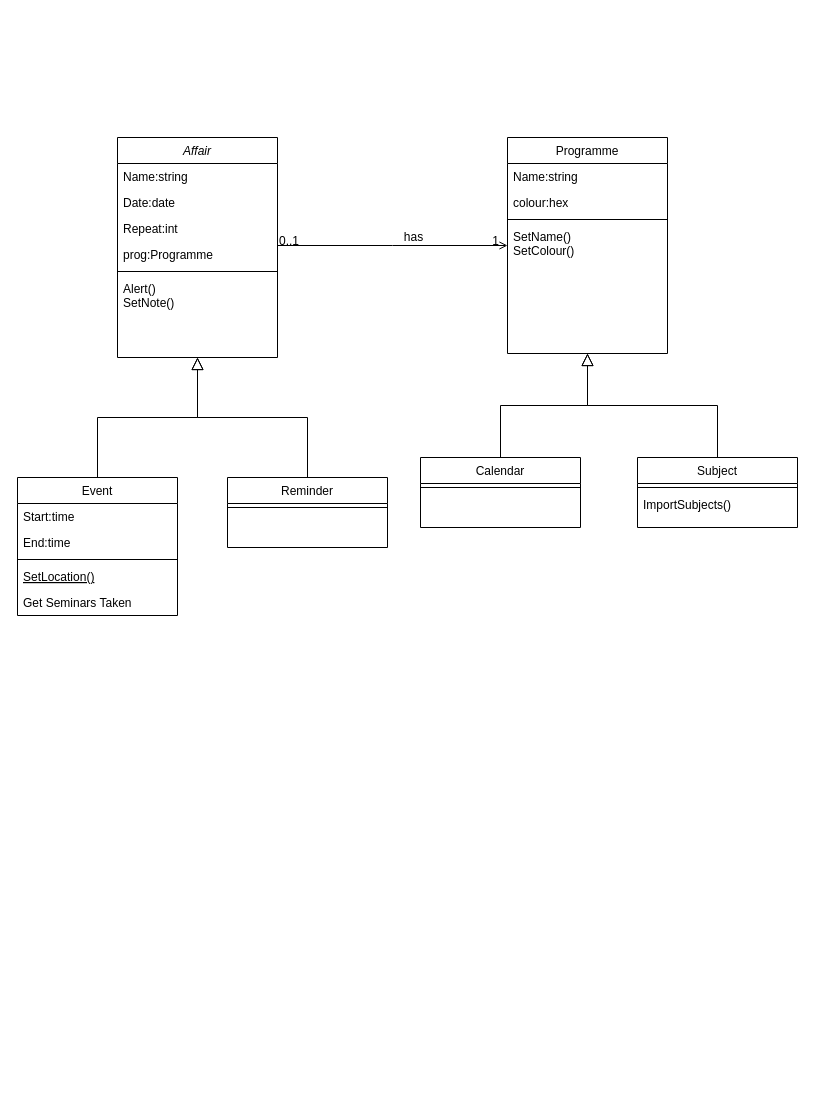
LDwhoRU/DAYLY keeps this draw.io diagram as resources/class_diagram.drawio. Above is the earlier version. Source tidied: cells renumbered, new cells numbered last; positions are measured from the earlier drawing's top-left corner, leaving out a move shared by most shapes. Both pictures are drawn from the tidied source at 100%, with x=0, y=0 at pixel (17, 137).
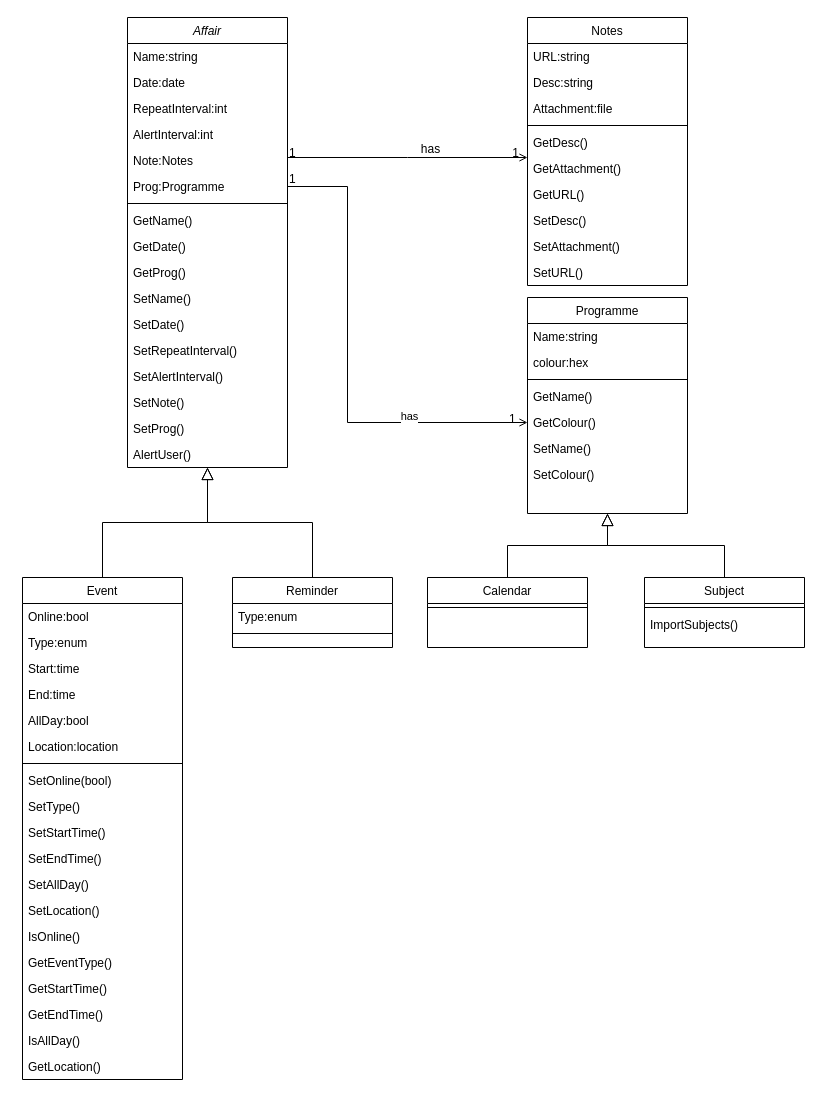
After the change.

What changed in the source:
```diff
@@
-    <mxCell id="4" style="endArrow=open;shadow=0;strokeWidth=1;rounded=0;endFill=1;edgeStyle=elbowEdgeStyle;elbow=vertical;" parent="1" edge="1" source="9" target="16">
-      <mxGeometry x="0.5" y="41" relative="1" as="geometry">
-        <mxPoint x="-40" y="32" as="offset" />
-      </mxGeometry>
-    </mxCell>
-    <mxCell id="5" value="0..1" style="align=left;verticalAlign=bottom;labelBackgroundColor=none;fontSize=12;" parent="4" vertex="1">
-      <mxGeometry x="-1" relative="1" as="geometry">
-        <mxPoint y="4" as="offset" />
-      </mxGeometry>
-    </mxCell>
-    <mxCell id="6" value="1" style="align=right;verticalAlign=bottom;labelBackgroundColor=none;fontSize=12;" parent="4" vertex="1">
-      <mxGeometry x="1" relative="1" as="geometry">
-        <mxPoint x="-7" y="4" as="offset" />
-      </mxGeometry>
-    </mxCell>
-    <mxCell id="7" value="has" style="text;html=1;align=center;verticalAlign=middle;labelBackgroundColor=none;rounded=0;shadow=0;strokeWidth=1;fontSize=12;" parent="4" vertex="1">
-      <mxGeometry x="0.5" y="49" relative="1" as="geometry">
-        <mxPoint x="-38" y="40" as="offset" />
-      </mxGeometry>
-    </mxCell>
@@
-    <mxCell id="9" value="Affair" style="swimlane;fontStyle=2;align=center;verticalAlign=top;horizontal=1;startSize=26;rounded=0;shadow=0;strokeWidth=1;" parent="1" vertex="1">
-      <mxGeometry x="100" width="160" height="220" as="geometry" />
-    </mxCell>
-    <mxCell id="10" value="Name:string" style="text;align=left;verticalAlign=top;spacingLeft=4;spacingRight=4;overflow=hidden;" parent="9" vertex="1">
-      <mxGeometry y="26" width="160" height="26" as="geometry" />
-    </mxCell>
-    <mxCell id="11" value="Date:date" style="text;align=left;verticalAlign=top;spacingLeft=4;spacingRight=4;overflow=hidden;rounded=0;shadow=0;html=0;" parent="9" vertex="1">
-      <mxGeometry y="52" width="160" height="26" as="geometry" />
-    </mxCell>
-    <mxCell id="12" value="Repeat:int" style="text;align=left;verticalAlign=top;spacingLeft=4;spacingRight=4;overflow=hidden;rounded=0;shadow=0;html=0;" parent="9" vertex="1">
-      <mxGeometry y="78" width="160" height="26" as="geometry" />
-    </mxCell>
-    <mxCell id="13" value="prog:Programme" style="text;align=left;verticalAlign=top;spacingLeft=4;spacingRight=4;overflow=hidden;points=[[0,0.5],[1,0.5]];portConstraint=eastwest;rounded=0;shadow=0;html=0;" parent="9" vertex="1">
-      <mxGeometry y="104" width="160" height="26" as="geometry" />
-    </mxCell>
-    <mxCell id="14" style="line;html=1;strokeWidth=1;align=left;verticalAlign=middle;spacingTop=-1;spacingLeft=3;spacingRight=3;labelPosition=right;" parent="9" vertex="1">
-      <mxGeometry y="130" width="160" height="8" as="geometry" />
-    </mxCell>
-    <mxCell id="15" value="Alert()&#10;SetNote()" style="text;align=left;verticalAlign=top;spacingLeft=4;spacingRight=4;overflow=hidden;" parent="9" vertex="1">
-      <mxGeometry y="138" width="160" height="82" as="geometry" />
-    </mxCell>
+    <mxCell id="26" style="endArrow=block;endSize=10;endFill=0;shadow=0;strokeWidth=1;rounded=0;edgeStyle=elbowEdgeStyle;elbow=vertical;exitX=0.5;exitY=0;exitDx=0;exitDy=0;entryX=0.5;entryY=1;entryDx=0;entryDy=0;" parent="1" edge="1" source="24" target="16">
+      <mxGeometry relative="1" as="geometry" />
+    </mxCell>
     <mxCell id="16" value="Programme" style="swimlane;fontStyle=0;align=center;verticalAlign=top;horizontal=1;startSize=26;rounded=0;shadow=0;strokeWidth=1;" parent="1" vertex="1">
-      <mxGeometry x="490" width="160" height="216" as="geometry" />
+      <mxGeometry x="510" y="160" width="160" height="216" as="geometry" />
     </mxCell>
@@
-    <mxCell id="20" value="SetName()&#10;SetColour()" style="text;align=left;verticalAlign=top;spacingLeft=4;spacingRight=4;overflow=hidden;" parent="16" vertex="1">
-      <mxGeometry y="86" width="160" height="44" as="geometry" />
-    </mxCell>
+    <mxCell id="35" value="GetName()" style="text;align=left;verticalAlign=top;spacingLeft=4;spacingRight=4;overflow=hidden;fontStyle=0;" parent="16" vertex="1">
+      <mxGeometry y="86" width="160" height="26" as="geometry" />
+    </mxCell>
+    <mxCell id="36" value="GetColour()" style="text;align=left;verticalAlign=top;spacingLeft=4;spacingRight=4;overflow=hidden;points=[[0,0.5],[1,0.5]];portConstraint=eastwest;fontStyle=0;" parent="16" vertex="1">
+      <mxGeometry y="112" width="160" height="26" as="geometry" />
+    </mxCell>
+    <mxCell id="37" value="SetName()" style="text;align=left;verticalAlign=top;spacingLeft=4;spacingRight=4;overflow=hidden;fontStyle=0;" parent="16" vertex="1">
+      <mxGeometry y="138" width="160" height="26" as="geometry" />
+    </mxCell>
+    <mxCell id="38" value="SetColour()" style="text;align=left;verticalAlign=top;spacingLeft=4;spacingRight=4;overflow=hidden;fontStyle=0;" parent="16" vertex="1">
+      <mxGeometry y="164" width="160" height="26" as="geometry" />
+    </mxCell>
     <mxCell id="21" value="Subject" style="swimlane;fontStyle=0;align=center;verticalAlign=top;horizontal=1;startSize=26;rounded=0;shadow=0;strokeWidth=1;" parent="1" vertex="1">
-      <mxGeometry x="620" y="320" width="160" height="70" as="geometry" />
+      <mxGeometry x="627" y="440" width="160" height="70" as="geometry" />
     </mxCell>
@@
     <mxCell id="24" value="Calendar" style="swimlane;fontStyle=0;align=center;verticalAlign=top;horizontal=1;startSize=26;rounded=0;shadow=0;strokeWidth=1;" parent="1" vertex="1">
-      <mxGeometry x="403" y="320" width="160" height="70" as="geometry" />
+      <mxGeometry x="410" y="440" width="160" height="70" as="geometry" />
     </mxCell>
@@
-    <mxCell id="26" style="endArrow=block;endSize=10;endFill=0;shadow=0;strokeWidth=1;rounded=0;edgeStyle=elbowEdgeStyle;elbow=vertical;exitX=0.5;exitY=0;exitDx=0;exitDy=0;entryX=0.5;entryY=1;entryDx=0;entryDy=0;" parent="1" edge="1" source="24" target="16">
-      <mxGeometry relative="1" as="geometry" />
-    </mxCell>
+    <mxCell id="39" value="Notes" style="swimlane;fontStyle=0;align=center;verticalAlign=top;horizontal=1;startSize=26;rounded=0;shadow=0;strokeWidth=1;" parent="1" vertex="1">
+      <mxGeometry x="510" y="-120" width="160" height="268" as="geometry" />
+    </mxCell>
+    <mxCell id="40" value="URL:string" style="text;align=left;verticalAlign=top;spacingLeft=4;spacingRight=4;overflow=hidden;" parent="39" vertex="1">
+      <mxGeometry y="26" width="160" height="26" as="geometry" />
+    </mxCell>
+    <mxCell id="41" value="Desc:string" style="text;align=left;verticalAlign=top;spacingLeft=4;spacingRight=4;overflow=hidden;rounded=0;shadow=0;html=0;" parent="39" vertex="1">
+      <mxGeometry y="52" width="160" height="26" as="geometry" />
+    </mxCell>
+    <mxCell id="42" value="Attachment:file" style="text;align=left;verticalAlign=top;spacingLeft=4;spacingRight=4;overflow=hidden;rounded=0;shadow=0;html=0;" parent="39" vertex="1">
+      <mxGeometry y="78" width="160" height="26" as="geometry" />
+    </mxCell>
+    <mxCell id="43" style="line;html=1;strokeWidth=1;align=left;verticalAlign=middle;spacingTop=-1;spacingLeft=3;spacingRight=3;labelPosition=right;" parent="39" vertex="1">
+      <mxGeometry y="104" width="160" height="8" as="geometry" />
+    </mxCell>
+    <mxCell id="44" value="GetDesc()" style="text;align=left;verticalAlign=top;spacingLeft=4;spacingRight=4;overflow=hidden;fontStyle=0;" parent="39" vertex="1">
+      <mxGeometry y="112" width="160" height="26" as="geometry" />
+    </mxCell>
+    <mxCell id="45" value="GetAttachment()" style="text;align=left;verticalAlign=top;spacingLeft=4;spacingRight=4;overflow=hidden;fontStyle=0;" parent="39" vertex="1">
+      <mxGeometry y="138" width="160" height="26" as="geometry" />
+    </mxCell>
+    <mxCell id="46" value="GetURL()" style="text;align=left;verticalAlign=top;spacingLeft=4;spacingRight=4;overflow=hidden;fontStyle=0;" parent="39" vertex="1">
+      <mxGeometry y="164" width="160" height="26" as="geometry" />
+    </mxCell>
+    <mxCell id="47" value="SetDesc()" style="text;align=left;verticalAlign=top;spacingLeft=4;spacingRight=4;overflow=hidden;fontStyle=0;" parent="39" vertex="1">
+      <mxGeometry y="190" width="160" height="26" as="geometry" />
+    </mxCell>
+    <mxCell id="48" value="SetAttachment()" style="text;align=left;verticalAlign=top;spacingLeft=4;spacingRight=4;overflow=hidden;fontStyle=0;" parent="39" vertex="1">
+      <mxGeometry y="216" width="160" height="26" as="geometry" />
+    </mxCell>
+    <mxCell id="49" value="SetURL()" style="text;align=left;verticalAlign=top;spacingLeft=4;spacingRight=4;overflow=hidden;fontStyle=0;" parent="39" vertex="1">
+      <mxGeometry y="242" width="160" height="26" as="geometry" />
+    </mxCell>
+    <mxCell id="9" value="Affair" style="swimlane;fontStyle=2;align=center;verticalAlign=top;horizontal=1;startSize=26;rounded=0;shadow=0;strokeWidth=1;" parent="1" vertex="1">
+      <mxGeometry x="110" y="-120" width="160" height="450" as="geometry" />
+    </mxCell>
+    <mxCell id="10" value="Name:string" style="text;align=left;verticalAlign=top;spacingLeft=4;spacingRight=4;overflow=hidden;" parent="9" vertex="1">
+      <mxGeometry y="26" width="160" height="26" as="geometry" />
+    </mxCell>
+    <mxCell id="11" value="Date:date" style="text;align=left;verticalAlign=top;spacingLeft=4;spacingRight=4;overflow=hidden;rounded=0;shadow=0;html=0;" parent="9" vertex="1">
+      <mxGeometry y="52" width="160" height="26" as="geometry" />
+    </mxCell>
+    <mxCell id="12" value="RepeatInterval:int" style="text;align=left;verticalAlign=top;spacingLeft=4;spacingRight=4;overflow=hidden;rounded=0;shadow=0;html=0;" parent="9" vertex="1">
+      <mxGeometry y="78" width="160" height="26" as="geometry" />
+    </mxCell>
+    <mxCell id="50" value="AlertInterval:int" style="text;align=left;verticalAlign=top;spacingLeft=4;spacingRight=4;overflow=hidden;rounded=0;shadow=0;html=0;" parent="9" vertex="1">
+      <mxGeometry y="104" width="160" height="26" as="geometry" />
+    </mxCell>
+    <mxCell id="51" value="Note:Notes" style="text;align=left;verticalAlign=top;spacingLeft=4;spacingRight=4;overflow=hidden;rounded=0;shadow=0;html=0;" parent="9" vertex="1">
+      <mxGeometry y="130" width="160" height="26" as="geometry" />
+    </mxCell>
+    <mxCell id="13" value="Prog:Programme" style="text;align=left;verticalAlign=top;spacingLeft=4;spacingRight=4;overflow=hidden;points=[[0,0.5],[1,0.5]];portConstraint=eastwest;rounded=0;shadow=0;html=0;" parent="9" vertex="1">
+      <mxGeometry y="156" width="160" height="26" as="geometry" />
+    </mxCell>
+    <mxCell id="14" style="line;html=1;strokeWidth=1;align=left;verticalAlign=middle;spacingTop=-1;spacingLeft=3;spacingRight=3;labelPosition=right;" parent="9" vertex="1">
+      <mxGeometry y="182" width="160" height="8" as="geometry" />
+    </mxCell>
+    <mxCell id="52" value="GetName()" style="text;align=left;verticalAlign=top;spacingLeft=4;spacingRight=4;overflow=hidden;fontStyle=0;" parent="9" vertex="1">
+      <mxGeometry y="190" width="160" height="26" as="geometry" />
+    </mxCell>
+    <mxCell id="53" value="GetDate()" style="text;align=left;verticalAlign=top;spacingLeft=4;spacingRight=4;overflow=hidden;fontStyle=0;" parent="9" vertex="1">
+      <mxGeometry y="216" width="160" height="26" as="geometry" />
+    </mxCell>
+    <mxCell id="54" value="GetProg()" style="text;align=left;verticalAlign=top;spacingLeft=4;spacingRight=4;overflow=hidden;fontStyle=0;" parent="9" vertex="1">
+      <mxGeometry y="242" width="160" height="26" as="geometry" />
+    </mxCell>
+    <mxCell id="55" value="SetName()" style="text;align=left;verticalAlign=top;spacingLeft=4;spacingRight=4;overflow=hidden;fontStyle=0;" parent="9" vertex="1">
+      <mxGeometry y="268" width="160" height="26" as="geometry" />
+    </mxCell>
+    <mxCell id="56" value="SetDate()" style="text;align=left;verticalAlign=top;spacingLeft=4;spacingRight=4;overflow=hidden;fontStyle=0;" parent="9" vertex="1">
+      <mxGeometry y="294" width="160" height="26" as="geometry" />
+    </mxCell>
+    <mxCell id="57" value="SetRepeatInterval()" style="text;align=left;verticalAlign=top;spacingLeft=4;spacingRight=4;overflow=hidden;fontStyle=0;" parent="9" vertex="1">
+      <mxGeometry y="320" width="160" height="26" as="geometry" />
+    </mxCell>
+    <mxCell id="58" value="SetAlertInterval()" style="text;align=left;verticalAlign=top;spacingLeft=4;spacingRight=4;overflow=hidden;fontStyle=0;" parent="9" vertex="1">
+      <mxGeometry y="346" width="160" height="26" as="geometry" />
+    </mxCell>
+    <mxCell id="59" value="SetNote()" style="text;align=left;verticalAlign=top;spacingLeft=4;spacingRight=4;overflow=hidden;fontStyle=0;" parent="9" vertex="1">
+      <mxGeometry y="372" width="160" height="26" as="geometry" />
+    </mxCell>
+    <mxCell id="60" value="SetProg()" style="text;align=left;verticalAlign=top;spacingLeft=4;spacingRight=4;overflow=hidden;fontStyle=0;" parent="9" vertex="1">
+      <mxGeometry y="398" width="160" height="26" as="geometry" />
+    </mxCell>
+    <mxCell id="61" value="AlertUser()" style="text;align=left;verticalAlign=top;spacingLeft=4;spacingRight=4;overflow=hidden;fontStyle=0;" parent="9" vertex="1">
+      <mxGeometry y="424" width="160" height="26" as="geometry" />
+    </mxCell>
+    <mxCell id="62" style="endArrow=open;shadow=0;strokeWidth=1;rounded=0;endFill=1;edgeStyle=elbowEdgeStyle;elbow=vertical;" parent="1" edge="1">
+      <mxGeometry x="0.5" y="41" relative="1" as="geometry">
+        <mxPoint x="270" y="20" as="sourcePoint" />
+        <mxPoint x="510" y="20" as="targetPoint" />
+        <mxPoint x="-40" y="32" as="offset" />
+      </mxGeometry>
+    </mxCell>
+    <mxCell id="63" value="1" style="align=left;verticalAlign=bottom;labelBackgroundColor=none;fontSize=12;" parent="62" vertex="1">
+      <mxGeometry x="-1" relative="1" as="geometry">
+        <mxPoint y="4" as="offset" />
+      </mxGeometry>
+    </mxCell>
+    <mxCell id="6" value="1" style="align=right;verticalAlign=bottom;labelBackgroundColor=none;fontSize=12;" parent="62" vertex="1">
+      <mxGeometry x="1" relative="1" as="geometry">
+        <mxPoint x="-7" y="4" as="offset" />
+      </mxGeometry>
+    </mxCell>
+    <mxCell id="7" value="has" style="text;html=1;align=center;verticalAlign=middle;labelBackgroundColor=none;rounded=0;shadow=0;strokeWidth=1;fontSize=12;" parent="62" vertex="1">
+      <mxGeometry x="0.5" y="49" relative="1" as="geometry">
+        <mxPoint x="-38" y="40" as="offset" />
+      </mxGeometry>
+    </mxCell>
+    <mxCell id="64" style="edgeStyle=orthogonalEdgeStyle;rounded=0;jettySize=auto;html=1;exitX=1;exitY=0.5;exitDx=0;exitDy=0;entryX=0;entryY=0.5;entryDx=0;entryDy=0;endArrow=open;endFill=0;" parent="1" edge="1" source="13" target="36">
+      <mxGeometry relative="1" as="geometry">
+        <Array as="points">
+          <mxPoint x="330" y="49" />
+          <mxPoint x="330" y="285" />
+        </Array>
+      </mxGeometry>
+    </mxCell>
+    <mxCell id="65" value="has" style="edgeLabel;html=1;align=center;verticalAlign=middle;" parent="64" vertex="1">
+      <mxGeometry x="0.5" y="3" relative="1" as="geometry">
+        <mxPoint y="-4" as="offset" />
+      </mxGeometry>
+    </mxCell>
+    <mxCell id="66" value="1" style="align=left;verticalAlign=bottom;labelBackgroundColor=none;fontSize=12;" parent="1" vertex="1">
+      <mxGeometry x="270" y="50" as="geometry" />
+    </mxCell>
+    <mxCell id="67" value="1" style="align=left;verticalAlign=bottom;labelBackgroundColor=none;fontSize=12;" parent="1" vertex="1">
+      <mxGeometry x="490" y="290" as="geometry" />
+    </mxCell>
     <mxCell id="27" value="Event" style="swimlane;fontStyle=0;align=center;verticalAlign=top;horizontal=1;startSize=26;rounded=0;shadow=0;strokeWidth=1;" parent="1" vertex="1">
-      <mxGeometry y="340" width="160" height="138" as="geometry" />
+      <mxGeometry x="5" y="440" width="160" height="502" as="geometry" />
     </mxCell>
+    <mxCell id="68" value="Online:bool" style="text;align=left;verticalAlign=top;spacingLeft=4;spacingRight=4;overflow=hidden;rounded=0;shadow=0;html=0;" parent="27" vertex="1">
+      <mxGeometry y="26" width="160" height="26" as="geometry" />
+    </mxCell>
+    <mxCell id="69" value="Type:enum" style="text;align=left;verticalAlign=top;spacingLeft=4;spacingRight=4;overflow=hidden;rounded=0;shadow=0;html=0;" parent="27" vertex="1">
+      <mxGeometry y="52" width="160" height="26" as="geometry" />
+    </mxCell>
     <mxCell id="28" value="Start:time" style="text;align=left;verticalAlign=top;spacingLeft=4;spacingRight=4;overflow=hidden;" parent="27" vertex="1">
-      <mxGeometry y="26" width="160" height="26" as="geometry" />
+      <mxGeometry y="78" width="160" height="26" as="geometry" />
     </mxCell>
     <mxCell id="29" value="End:time" style="text;align=left;verticalAlign=top;spacingLeft=4;spacingRight=4;overflow=hidden;rounded=0;shadow=0;html=0;" parent="27" vertex="1">
-      <mxGeometry y="52" width="160" height="26" as="geometry" />
+      <mxGeometry y="104" width="160" height="26" as="geometry" />
     </mxCell>
+    <mxCell id="70" value="AllDay:bool" style="text;align=left;verticalAlign=top;spacingLeft=4;spacingRight=4;overflow=hidden;rounded=0;shadow=0;html=0;" parent="27" vertex="1">
+      <mxGeometry y="130" width="160" height="26" as="geometry" />
+    </mxCell>
+    <mxCell id="71" value="Location:location" style="text;align=left;verticalAlign=top;spacingLeft=4;spacingRight=4;overflow=hidden;rounded=0;shadow=0;html=0;" parent="27" vertex="1">
+      <mxGeometry y="156" width="160" height="26" as="geometry" />
+    </mxCell>
     <mxCell id="30" style="line;html=1;strokeWidth=1;align=left;verticalAlign=middle;spacingTop=-1;spacingLeft=3;spacingRight=3;labelPosition=right;" parent="27" vertex="1">
-      <mxGeometry y="78" width="160" height="8" as="geometry" />
+      <mxGeometry y="182" width="160" height="8" as="geometry" />
     </mxCell>
-    <mxCell id="31" value="SetLocation()" style="text;align=left;verticalAlign=top;spacingLeft=4;spacingRight=4;overflow=hidden;fontStyle=4;" parent="27" vertex="1">
-      <mxGeometry y="86" width="160" height="26" as="geometry" />
+    <mxCell id="31" value="SetOnline(bool)" style="text;align=left;verticalAlign=top;spacingLeft=4;spacingRight=4;overflow=hidden;fontStyle=0;" parent="27" vertex="1">
+      <mxGeometry y="190" width="160" height="26" as="geometry" />
     </mxCell>
-    <mxCell id="32" value="Get Seminars Taken" style="text;align=left;verticalAlign=top;spacingLeft=4;spacingRight=4;overflow=hidden;" parent="27" vertex="1">
-      <mxGeometry y="112" width="160" height="26" as="geometry" />
-    </mxCell>
+    <mxCell id="72" value="SetType()" style="text;align=left;verticalAlign=top;spacingLeft=4;spacingRight=4;overflow=hidden;fontStyle=0;" parent="27" vertex="1">
+      <mxGeometry y="216" width="160" height="26" as="geometry" />
+    </mxCell>
+    <mxCell id="73" value="SetStartTime()" style="text;align=left;verticalAlign=top;spacingLeft=4;spacingRight=4;overflow=hidden;fontStyle=0;" parent="27" vertex="1">
+      <mxGeometry y="242" width="160" height="26" as="geometry" />
+    </mxCell>
+    <mxCell id="74" value="SetEndTime()" style="text;align=left;verticalAlign=top;spacingLeft=4;spacingRight=4;overflow=hidden;fontStyle=0;" parent="27" vertex="1">
+      <mxGeometry y="268" width="160" height="26" as="geometry" />
+    </mxCell>
+    <mxCell id="75" value="SetAllDay()" style="text;align=left;verticalAlign=top;spacingLeft=4;spacingRight=4;overflow=hidden;fontStyle=0;" parent="27" vertex="1">
+      <mxGeometry y="294" width="160" height="26" as="geometry" />
+    </mxCell>
+    <mxCell id="76" value="SetLocation()" style="text;align=left;verticalAlign=top;spacingLeft=4;spacingRight=4;overflow=hidden;fontStyle=0;" parent="27" vertex="1">
+      <mxGeometry y="320" width="160" height="26" as="geometry" />
+    </mxCell>
+    <mxCell id="77" value="IsOnline()" style="text;align=left;verticalAlign=top;spacingLeft=4;spacingRight=4;overflow=hidden;fontStyle=0;" parent="27" vertex="1">
+      <mxGeometry y="346" width="160" height="26" as="geometry" />
+    </mxCell>
+    <mxCell id="78" value="GetEventType()" style="text;align=left;verticalAlign=top;spacingLeft=4;spacingRight=4;overflow=hidden;fontStyle=0;" parent="27" vertex="1">
+      <mxGeometry y="372" width="160" height="26" as="geometry" />
+    </mxCell>
+    <mxCell id="79" value="GetStartTime()" style="text;align=left;verticalAlign=top;spacingLeft=4;spacingRight=4;overflow=hidden;fontStyle=0;" parent="27" vertex="1">
+      <mxGeometry y="398" width="160" height="26" as="geometry" />
+    </mxCell>
+    <mxCell id="80" value="GetEndTime()" style="text;align=left;verticalAlign=top;spacingLeft=4;spacingRight=4;overflow=hidden;fontStyle=0;" parent="27" vertex="1">
+      <mxGeometry y="424" width="160" height="26" as="geometry" />
+    </mxCell>
+    <mxCell id="81" value="IsAllDay()" style="text;align=left;verticalAlign=top;spacingLeft=4;spacingRight=4;overflow=hidden;fontStyle=0;" parent="27" vertex="1">
+      <mxGeometry y="450" width="160" height="26" as="geometry" />
+    </mxCell>
+    <mxCell id="82" value="GetLocation()" style="text;align=left;verticalAlign=top;spacingLeft=4;spacingRight=4;overflow=hidden;fontStyle=0;" parent="27" vertex="1">
+      <mxGeometry y="476" width="160" height="26" as="geometry" />
+    </mxCell>
     <mxCell id="33" value="Reminder" style="swimlane;fontStyle=0;align=center;verticalAlign=top;horizontal=1;startSize=26;rounded=0;shadow=0;strokeWidth=1;" parent="1" vertex="1">
-      <mxGeometry x="210" y="340" width="160" height="70" as="geometry" />
+      <mxGeometry x="215" y="440" width="160" height="70" as="geometry" />
     </mxCell>
+    <mxCell id="83" value="Type:enum" style="text;align=left;verticalAlign=top;spacingLeft=4;spacingRight=4;overflow=hidden;rounded=0;shadow=0;html=0;" parent="33" vertex="1">
+      <mxGeometry y="26" width="160" height="26" as="geometry" />
+    </mxCell>
     <mxCell id="34" style="line;html=1;strokeWidth=1;align=left;verticalAlign=middle;spacingTop=-1;spacingLeft=3;spacingRight=3;labelPosition=right;" parent="33" vertex="1">
-      <mxGeometry y="26" width="160" height="8" as="geometry" />
+      <mxGeometry y="52" width="160" height="8" as="geometry" />
     </mxCell>
```
